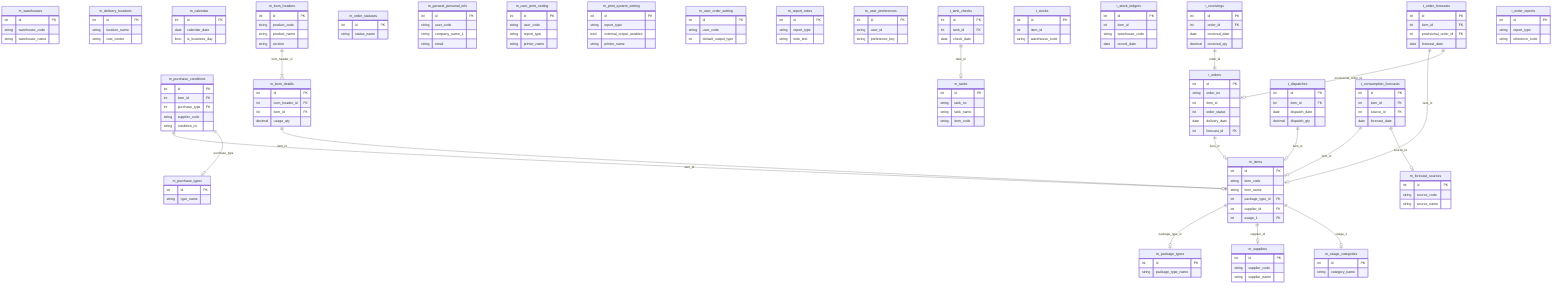
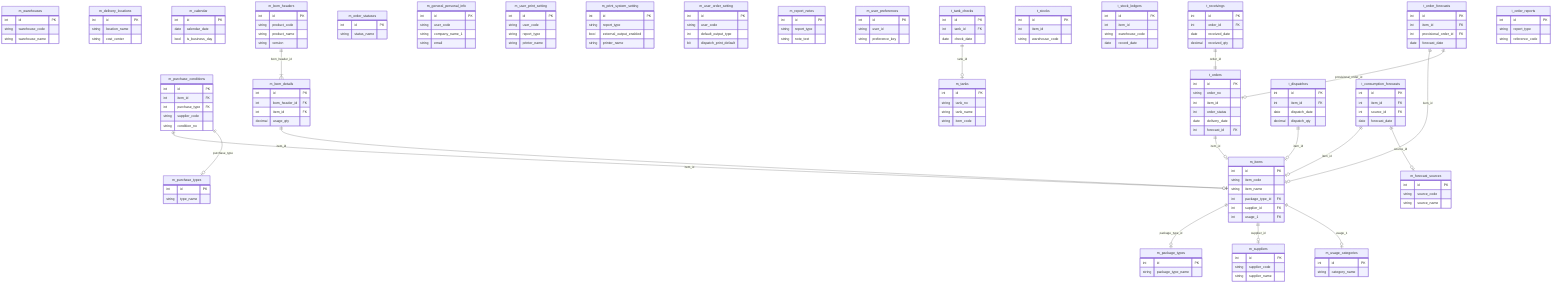
erDiagram
    m_items {
        int id PK
        string item_code
        string item_name
        int package_type_id FK
        int supplier_id FK
        int usage_1 FK
    }

    m_suppliers {
        int id PK
        string supplier_code
        string supplier_name
    }

    m_purchase_conditions {
        int id PK
        int item_id FK
        int purchase_type FK
        string supplier_code
        string condition_no
    }

    m_warehouses {
        int id PK
        string warehouse_code
        string warehouse_name
    }

    m_tanks {
        int id PK
        string tank_no
        string tank_name
        string item_code
    }

    m_delivery_locations {
        int id PK
        string location_name
        string cost_center
    }

    m_calendar {
        int id PK
        date calendar_date
        bool is_business_day
    }

    m_bom_headers {
        int id PK
        string product_code
        string product_name
        string version
    }

    m_bom_details {
        int id PK
        int bom_header_id FK
        int item_id FK
        decimal usage_qty
    }

    m_package_types {
        int id PK
        string package_type_name
    }

    m_purchase_types {
        int id PK
        string type_name
    }

    m_order_statuses {
        int id PK
        string status_name
    }

    m_forecast_sources {
        int id PK
        string source_code
        string source_name
    }

    m_usage_categories {
        int id PK
        string category_name
    }

    m_general_personal_info {
        int id PK
        string user_code
        string company_name_1
        string email
    }

    m_user_print_setting {
        int id PK
        string user_code
        string report_type
        string printer_name
    }

    m_print_system_setting {
        int id PK
        string report_type
        bool external_output_enabled
        string printer_name
    }

    m_user_order_setting {
        int id PK
        string user_code
        int default_output_type
+         bit dispatch_print_default
    }

    m_report_notes {
        int id PK
        string report_type
        string note_text
    }

    m_user_preferences {
        int id PK
        string user_id
        string preference_key
    }

    t_orders {
        int id PK
        string order_no
        int item_id
        int order_status
        date delivery_date
        int forecast_id FK
    }

    t_receivings {
        int id PK
        int order_id FK
        date received_date
        decimal received_qty
    }

    t_dispatches {
        int id PK
        int item_id FK
        date dispatch_date
        decimal dispatch_qty
    }

    t_stocks {
        int id PK
        int item_id
        string warehouse_code
    }

    t_stock_ledgers {
        int id PK
        int item_id
        string warehouse_code
        date record_date
    }

    t_order_forecasts {
        int id PK
        int item_id FK
        int provisional_order_id FK
        date forecast_date
    }

    t_consumption_forecasts {
        int id PK
        int item_id FK
        int source_id FK
        date forecast_date
    }

    t_tank_checks {
        int id PK
        int tank_id FK
        date check_date
    }

    t_order_reports {
        int id PK
        string report_type
        string reference_code
    }

    m_items ||--o| m_package_types : "package_type_id"
    m_items ||--o| m_suppliers : "supplier_id"
    m_items ||--o| m_usage_categories : "usage_1"
    m_purchase_conditions ||--o| m_items : "item_id"
    m_purchase_conditions ||--o| m_purchase_types : "purchase_type"
    m_bom_headers ||--|{ m_bom_details : "bom_header_id"
    m_bom_details ||--o| m_items : "item_id"
    t_orders ||--o| m_items : "item_id"
    t_receivings ||--|| t_orders : "order_id"
    t_dispatches ||--o| m_items : "item_id"
    t_order_forecasts ||--o| m_items : "item_id"
    t_order_forecasts ||--o| t_orders : "provisional_order_id"
    t_consumption_forecasts ||--o| m_items : "item_id"
    t_consumption_forecasts ||--o| m_forecast_sources : "source_id"
    t_tank_checks ||--o| m_tanks : "tank_id"
